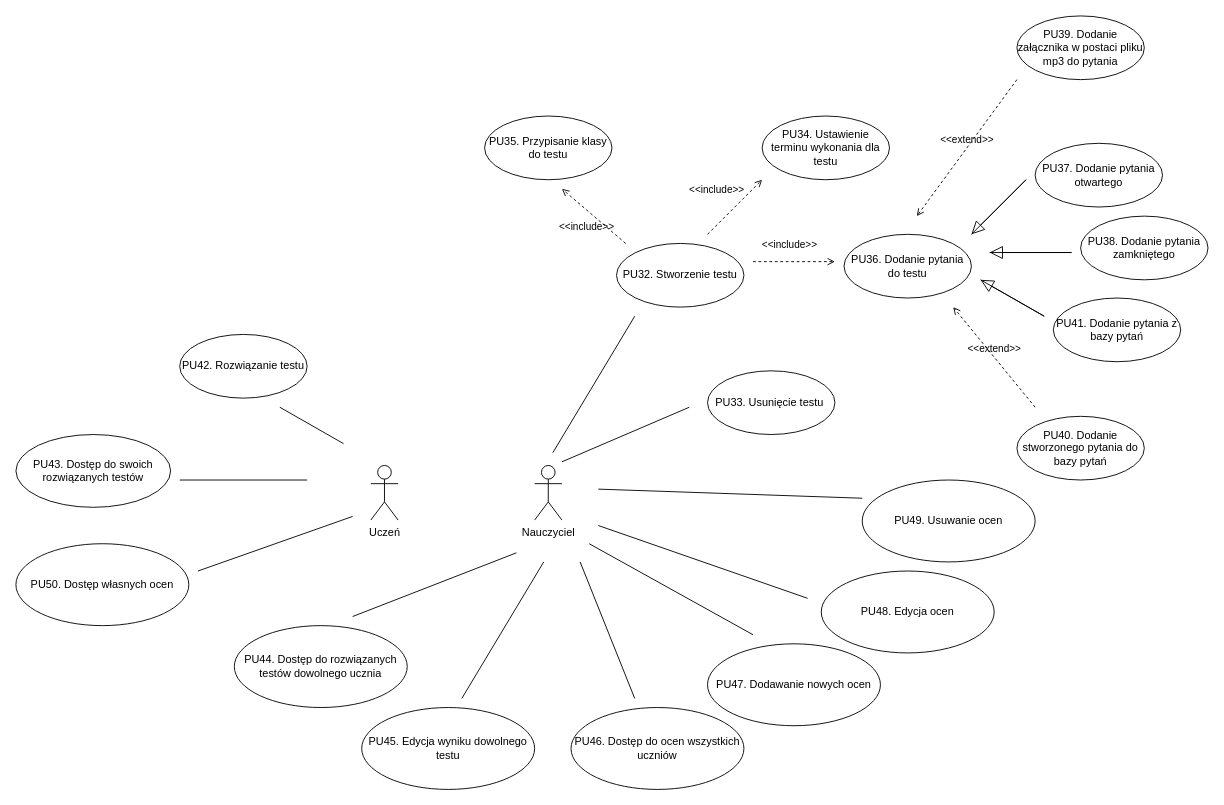
Earlier version of the draw.io diagram use_cases/6th_section.drawio (krzysztofkluczynski/WUT-thesis-classlog-app). Source tidied: cells renumbered, new cells numbered last; positions are measured from the earlier drawing's top-left corner, leaving out a move shared by most shapes. Both pictures are drawn from the tidied source at 91%, with x=0, y=0 at pixel (15, 15).
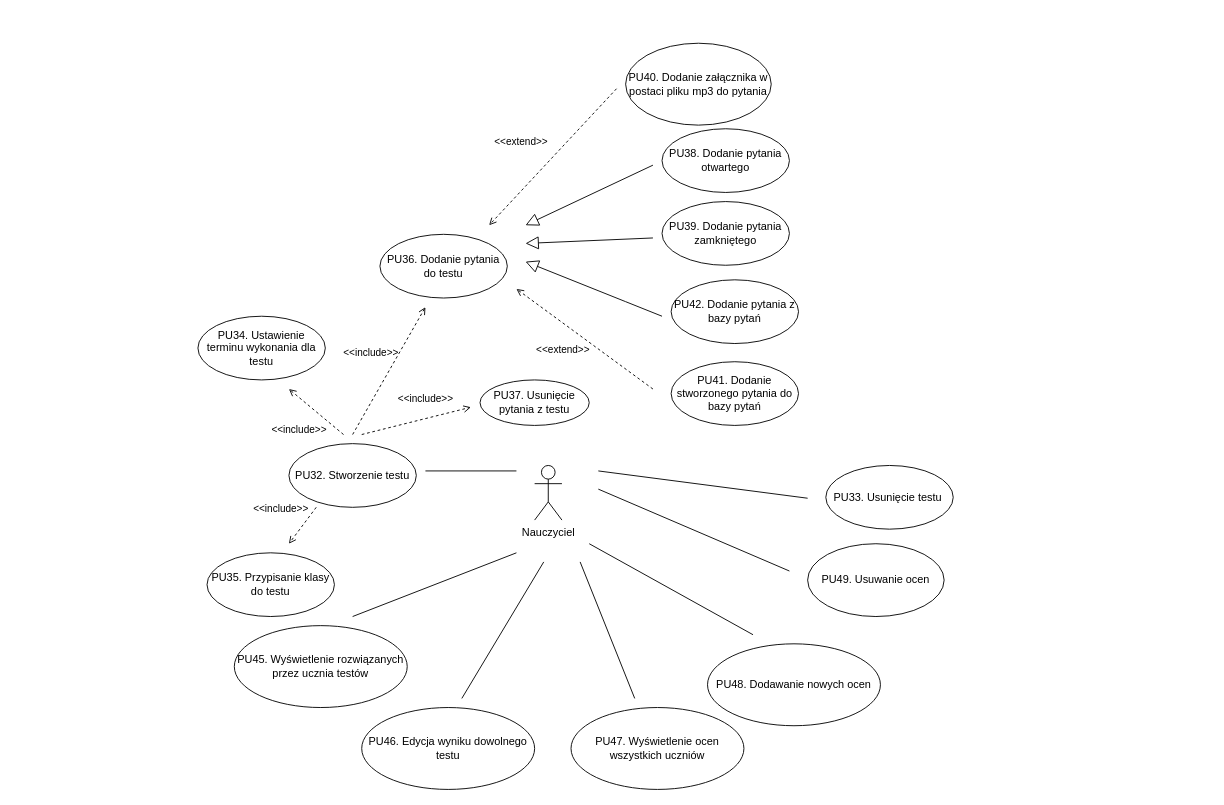
The same page after the edit.

What changed in the source:
```diff
@@
-    <mxCell id="3" value="Uczeń" style="shape=umlActor;html=1;verticalLabelPosition=bottom;verticalAlign=top;align=center;" parent="1" vertex="1">
-      <mxGeometry x="390" y="494" width="30" height="60" as="geometry" />
-    </mxCell>
     <mxCell id="4" style="edgeStyle=none;html=1;endArrow=none;verticalAlign=bottom;rounded=0;" parent="1" edge="1">
       <mxGeometry relative="1" as="geometry">
-        <mxPoint x="590" y="480" as="sourcePoint" />
-        <mxPoint x="680" y="330" as="targetPoint" />
+        <mxPoint x="550" y="500" as="sourcePoint" />
+        <mxPoint x="450" y="500" as="targetPoint" />
       </mxGeometry>
     </mxCell>
     <mxCell id="5" value="PU32. Stworzenie testu" style="ellipse;whiteSpace=wrap;html=1;" parent="1" vertex="1">
-      <mxGeometry x="660" y="250" width="140" height="70" as="geometry" />
+      <mxGeometry x="300" y="470" width="140" height="70" as="geometry" />
     </mxCell>
     <mxCell id="6" style="edgeStyle=none;html=1;endArrow=none;verticalAlign=bottom;rounded=0;" parent="1" edge="1">
       <mxGeometry relative="1" as="geometry">
-        <mxPoint x="600" y="490" as="sourcePoint" />
-        <mxPoint x="740" y="430" as="targetPoint" />
+        <mxPoint x="640" y="500" as="sourcePoint" />
+        <mxPoint x="870" y="530" as="targetPoint" />
       </mxGeometry>
     </mxCell>
     <mxCell id="7" value="PU33. Usunięcie testu&amp;nbsp;" style="ellipse;whiteSpace=wrap;html=1;" parent="1" vertex="1">
-      <mxGeometry x="760" y="390" width="140" height="70" as="geometry" />
+      <mxGeometry x="890" y="494" width="140" height="70" as="geometry" />
     </mxCell>
     <mxCell id="8" value="PU34. Ustawienie terminu wykonania dla testu" style="ellipse;whiteSpace=wrap;html=1;" parent="1" vertex="1">
-      <mxGeometry x="820" y="110" width="140" height="70" as="geometry" />
+      <mxGeometry x="200" y="330" width="140" height="70" as="geometry" />
     </mxCell>
     <mxCell id="9" value="&amp;lt;&amp;lt;include&amp;gt;&amp;gt;" style="html=1;verticalAlign=bottom;labelBackgroundColor=none;endArrow=open;endFill=0;dashed=1;rounded=0;" parent="1" edge="1">
-      <mxGeometry x="-0.17" y="21" relative="1" as="geometry">
-        <mxPoint x="760" y="240" as="sourcePoint" />
-        <mxPoint x="820" y="180" as="targetPoint" />
+      <mxGeometry x="-0.14" y="35" relative="1" as="geometry">
+        <mxPoint x="360" y="460" as="sourcePoint" />
+        <mxPoint x="300" y="410" as="targetPoint" />
+        <mxPoint y="-1" as="offset" />
       </mxGeometry>
     </mxCell>
     <mxCell id="10" value="PU35. Przypisanie klasy do testu" style="ellipse;whiteSpace=wrap;html=1;" parent="1" vertex="1">
-      <mxGeometry x="515" y="110" width="140" height="70" as="geometry" />
+      <mxGeometry x="210" y="590" width="140" height="70" as="geometry" />
     </mxCell>
     <mxCell id="11" value="&amp;lt;&amp;lt;include&amp;gt;&amp;gt;" style="html=1;verticalAlign=bottom;labelBackgroundColor=none;endArrow=open;endFill=0;dashed=1;rounded=0;" parent="1" edge="1">
-      <mxGeometry x="-0.17" y="21" relative="1" as="geometry">
-        <mxPoint x="670" y="250" as="sourcePoint" />
-        <mxPoint x="600" y="190" as="targetPoint" />
+      <mxGeometry x="0.28" y="-25" relative="1" as="geometry">
+        <mxPoint x="330" y="540" as="sourcePoint" />
+        <mxPoint x="300" y="580" as="targetPoint" />
       </mxGeometry>
     </mxCell>
     <mxCell id="12" value="&amp;lt;&amp;lt;include&amp;gt;&amp;gt;" style="html=1;verticalAlign=bottom;labelBackgroundColor=none;endArrow=open;endFill=0;dashed=1;rounded=0;" parent="1" edge="1">
-      <mxGeometry x="-0.11" y="10" relative="1" as="geometry">
-        <mxPoint x="810" y="270" as="sourcePoint" />
-        <mxPoint x="900" y="270" as="targetPoint" />
+      <mxGeometry x="-0.02" y="22" relative="1" as="geometry">
+        <mxPoint x="370" y="460" as="sourcePoint" />
+        <mxPoint x="450" y="320" as="targetPoint" />
+        <mxPoint y="-1" as="offset" />
       </mxGeometry>
     </mxCell>
     <mxCell id="13" value="PU36. Dodanie pytania do testu" style="ellipse;whiteSpace=wrap;html=1;" parent="1" vertex="1">
-      <mxGeometry x="910" y="240" width="140" height="70" as="geometry" />
+      <mxGeometry x="400" y="240" width="140" height="70" as="geometry" />
     </mxCell>
     <mxCell id="14" style="edgeStyle=none;html=1;endArrow=block;endFill=0;endSize=12;verticalAlign=bottom;rounded=0;" parent="1" edge="1">
       <mxGeometry relative="1" as="geometry">
-        <mxPoint x="1050" y="240" as="sourcePoint" />
-        <mxPoint x="1050" y="240" as="targetPoint" />
-        <Array as="points">
-          <mxPoint x="1110" y="180" />
-        </Array>
+        <mxPoint x="700" y="164" as="sourcePoint" />
+        <mxPoint x="560" y="230" as="targetPoint" />
       </mxGeometry>
     </mxCell>
     <mxCell id="15" style="edgeStyle=none;html=1;endArrow=block;endFill=0;endSize=12;verticalAlign=bottom;rounded=0;" parent="1" edge="1">
       <mxGeometry relative="1" as="geometry">
-        <mxPoint x="1070" y="260" as="sourcePoint" />
-        <mxPoint x="1070" y="260" as="targetPoint" />
+        <mxPoint x="700" y="244" as="sourcePoint" />
+        <mxPoint x="560" y="250" as="targetPoint" />
         <Array as="points">
-          <mxPoint x="1160" y="260" />
+          <mxPoint x="700" y="244" />
         </Array>
       </mxGeometry>
     </mxCell>
     <mxCell id="16" style="edgeStyle=none;html=1;endArrow=block;endFill=0;endSize=12;verticalAlign=bottom;rounded=0;" parent="1" edge="1">
       <mxGeometry relative="1" as="geometry">
-        <mxPoint x="1060" y="290" as="sourcePoint" />
-        <mxPoint x="1060" y="290" as="targetPoint" />
+        <mxPoint x="710" y="330" as="sourcePoint" />
+        <mxPoint x="560" y="270" as="targetPoint" />
         <Array as="points">
-          <mxPoint x="1130" y="330" />
+          <mxPoint x="670" y="314" />
         </Array>
       </mxGeometry>
     </mxCell>
-    <mxCell id="17" value="PU37. Dodanie pytania otwartego" style="ellipse;whiteSpace=wrap;html=1;" parent="1" vertex="1">
-      <mxGeometry x="1120" y="140" width="140" height="70" as="geometry" />
+    <mxCell id="17" value="PU38&lt;span style=&quot;background-color: initial;&quot;&gt;. Dodanie pytania otwartego&lt;/span&gt;" style="ellipse;whiteSpace=wrap;html=1;" parent="1" vertex="1">
+      <mxGeometry x="710" y="124" width="140" height="70" as="geometry" />
     </mxCell>
-    <mxCell id="18" value="PU38. Dodanie pytania zamkniętego" style="ellipse;whiteSpace=wrap;html=1;" parent="1" vertex="1">
-      <mxGeometry x="1170" y="220" width="140" height="70" as="geometry" />
+    <mxCell id="18" value="PU39. Dodanie pytania zamkniętego" style="ellipse;whiteSpace=wrap;html=1;" parent="1" vertex="1">
+      <mxGeometry x="710" y="204" width="140" height="70" as="geometry" />
     </mxCell>
-    <mxCell id="19" value="PU41. Dodanie pytania z bazy pytań" style="ellipse;whiteSpace=wrap;html=1;" parent="1" vertex="1">
-      <mxGeometry x="1140" y="310" width="140" height="70" as="geometry" />
+    <mxCell id="19" value="PU42. Dodanie pytania z bazy pytań" style="ellipse;whiteSpace=wrap;html=1;" parent="1" vertex="1">
+      <mxGeometry x="720" y="290" width="140" height="70" as="geometry" />
     </mxCell>
     <mxCell id="20" value="&amp;lt;&amp;lt;extend&amp;gt;&amp;gt;" style="html=1;verticalAlign=bottom;labelBackgroundColor=none;endArrow=open;endFill=0;dashed=1;rounded=0;" parent="1" edge="1">
-      <mxGeometry relative="1" as="geometry">
-        <mxPoint x="1120" y="430" as="sourcePoint" />
-        <mxPoint x="1030" y="320" as="targetPoint" />
+      <mxGeometry x="0.07" y="31" relative="1" as="geometry">
+        <mxPoint x="700" y="410" as="sourcePoint" />
+        <mxPoint x="550" y="300" as="targetPoint" />
       </mxGeometry>
     </mxCell>
-    <mxCell id="21" value="PU40. Dodanie stworzonego pytania do bazy pytań" style="ellipse;whiteSpace=wrap;html=1;" parent="1" vertex="1">
-      <mxGeometry x="1100" y="440" width="140" height="70" as="geometry" />
+    <mxCell id="21" value="PU41&lt;span style=&quot;background-color: initial;&quot;&gt;. Dodanie stworzonego pytania do bazy pytań&lt;/span&gt;" style="ellipse;whiteSpace=wrap;html=1;" parent="1" vertex="1">
+      <mxGeometry x="720" y="380" width="140" height="70" as="geometry" />
     </mxCell>
     <mxCell id="22" value="&amp;lt;&amp;lt;extend&amp;gt;&amp;gt;" style="html=1;verticalAlign=bottom;labelBackgroundColor=none;endArrow=open;endFill=0;dashed=1;rounded=0;" parent="1" edge="1">
-      <mxGeometry relative="1" as="geometry">
-        <mxPoint x="1100" y="70" as="sourcePoint" />
-        <mxPoint x="990" y="220" as="targetPoint" />
+      <mxGeometry x="0.18" y="-31" relative="1" as="geometry">
+        <mxPoint x="660" y="80" as="sourcePoint" />
+        <mxPoint x="520" y="230" as="targetPoint" />
       </mxGeometry>
     </mxCell>
-    <mxCell id="23" value="PU39. Dodanie załącznika w postaci pliku mp3 do pytania" style="ellipse;whiteSpace=wrap;html=1;" parent="1" vertex="1">
-      <mxGeometry x="1100" width="140" height="70" as="geometry" />
+    <mxCell id="23" value="PU40. Dodanie załącznika w postaci pliku mp3 do pytania" style="ellipse;whiteSpace=wrap;html=1;" parent="1" vertex="1">
+      <mxGeometry x="670" y="30" width="160" height="90" as="geometry" />
     </mxCell>
-    <mxCell id="24" style="edgeStyle=none;html=1;endArrow=none;verticalAlign=bottom;rounded=0;" parent="1" edge="1">
-      <mxGeometry relative="1" as="geometry">
-        <mxPoint x="360" y="470" as="sourcePoint" />
-        <mxPoint x="290" y="430" as="targetPoint" />
-      </mxGeometry>
-    </mxCell>
-    <mxCell id="25" value="PU42. Rozwiązanie testu" style="ellipse;whiteSpace=wrap;html=1;" parent="1" vertex="1">
-      <mxGeometry x="180" y="350" width="140" height="70" as="geometry" />
-    </mxCell>
-    <mxCell id="26" style="edgeStyle=none;html=1;endArrow=none;verticalAlign=bottom;rounded=0;" parent="1" edge="1">
-      <mxGeometry relative="1" as="geometry">
-        <mxPoint x="320" y="510" as="sourcePoint" />
-        <mxPoint x="180" y="510" as="targetPoint" />
-      </mxGeometry>
-    </mxCell>
-    <mxCell id="27" value="PU43. Dostęp do swoich rozwiązanych testów" style="ellipse;whiteSpace=wrap;html=1;" parent="1" vertex="1">
-      <mxGeometry y="460" width="170" height="80" as="geometry" />
-    </mxCell>
@@
-    <mxCell id="30" value="PU44. Dostęp do rozwiązanych testów dowolnego ucznia" style="ellipse;whiteSpace=wrap;html=1;" parent="1" vertex="1">
+    <mxCell id="30" value="PU45. Wyświetlenie rozwiązanych przez ucznia testów" style="ellipse;whiteSpace=wrap;html=1;" parent="1" vertex="1">
       <mxGeometry x="240" y="670" width="190" height="90" as="geometry" />
     </mxCell>
-    <mxCell id="31" value="PU45. Edycja wyniku dowolnego testu" style="ellipse;whiteSpace=wrap;html=1;" parent="1" vertex="1">
+    <mxCell id="31" value="PU46. Edycja wyniku dowolnego testu" style="ellipse;whiteSpace=wrap;html=1;" parent="1" vertex="1">
       <mxGeometry x="380" y="760" width="190" height="90" as="geometry" />
     </mxCell>
@@
-    <mxCell id="33" value="PU46. Dostęp do ocen wszystkich uczniów" style="ellipse;whiteSpace=wrap;html=1;" parent="1" vertex="1">
+    <mxCell id="33" value="PU47. Wyświetlenie ocen wszystkich uczniów" style="ellipse;whiteSpace=wrap;html=1;" parent="1" vertex="1">
       <mxGeometry x="610" y="760" width="190" height="90" as="geometry" />
     </mxCell>
@@
-    <mxCell id="35" style="edgeStyle=none;html=1;endArrow=none;verticalAlign=bottom;rounded=0;" parent="1" edge="1">
-      <mxGeometry relative="1" as="geometry">
-        <mxPoint x="640" y="560" as="sourcePoint" />
-        <mxPoint x="870" y="640" as="targetPoint" />
-      </mxGeometry>
-    </mxCell>
     <mxCell id="36" style="edgeStyle=none;html=1;endArrow=none;verticalAlign=bottom;rounded=0;" parent="1" edge="1">
       <mxGeometry relative="1" as="geometry">
         <mxPoint x="640" y="520" as="sourcePoint" />
-        <mxPoint x="930" y="530" as="targetPoint" />
+        <mxPoint x="850" y="610" as="targetPoint" />
       </mxGeometry>
     </mxCell>
-    <mxCell id="37" value="PU47. Dodawanie nowych ocen" style="ellipse;whiteSpace=wrap;html=1;" parent="1" vertex="1">
+    <mxCell id="37" value="PU48. Dodawanie nowych ocen" style="ellipse;whiteSpace=wrap;html=1;" parent="1" vertex="1">
       <mxGeometry x="760" y="690" width="190" height="90" as="geometry" />
     </mxCell>
-    <mxCell id="38" value="PU48. Edycja ocen" style="ellipse;whiteSpace=wrap;html=1;" parent="1" vertex="1">
-      <mxGeometry x="885" y="610" width="190" height="90" as="geometry" />
-    </mxCell>
     <mxCell id="39" value="PU49. Usuwanie ocen" style="ellipse;whiteSpace=wrap;html=1;" parent="1" vertex="1">
-      <mxGeometry x="930" y="510" width="190" height="90" as="geometry" />
+      <mxGeometry x="870" y="580" width="150" height="80" as="geometry" />
     </mxCell>
-    <mxCell id="40" value="PU50. Dostęp własnych ocen" style="ellipse;whiteSpace=wrap;html=1;" parent="1" vertex="1">
-      <mxGeometry y="580" width="190" height="90" as="geometry" />
-    </mxCell>
-    <mxCell id="41" style="edgeStyle=none;html=1;endArrow=none;verticalAlign=bottom;rounded=0;" parent="1" edge="1">
-      <mxGeometry relative="1" as="geometry">
-        <mxPoint x="370" y="550" as="sourcePoint" />
-        <mxPoint x="200" y="610" as="targetPoint" />
-      </mxGeometry>
-    </mxCell>
+    <mxCell id="42" value="&amp;lt;&amp;lt;include&amp;gt;&amp;gt;" style="html=1;verticalAlign=bottom;labelBackgroundColor=none;endArrow=open;endFill=0;dashed=1;rounded=0;" parent="1" edge="1">
+      <mxGeometry x="0.22" y="12" relative="1" as="geometry">
+        <mxPoint x="380" y="460" as="sourcePoint" />
+        <mxPoint x="500" y="430" as="targetPoint" />
+      </mxGeometry>
+    </mxCell>
+    <mxCell id="43" value="PU37. Usunięcie pytania z testu" style="ellipse;whiteSpace=wrap;html=1;" parent="1" vertex="1">
+      <mxGeometry x="510" y="400" width="120" height="50" as="geometry" />
+    </mxCell>
```
